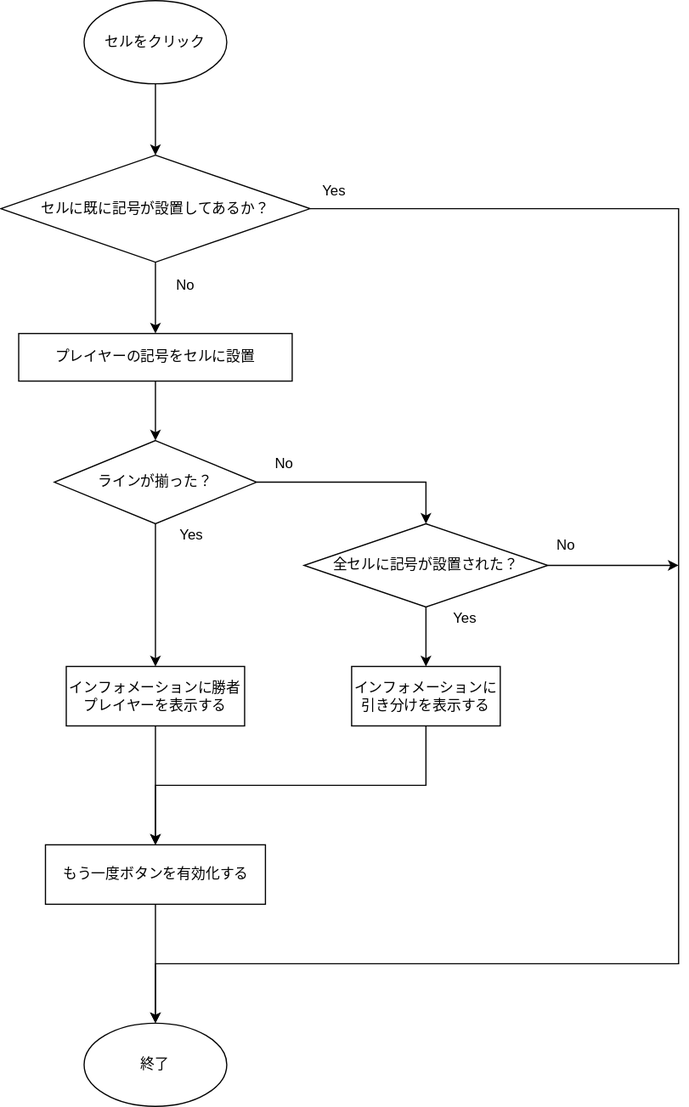
hachimitu22/ticTacToe keeps this draw.io diagram as design/flowchart_clickCell.drawio.svg. Above is the earlier version. Source tidied: cells renumbered, new cells last; positions are measured from the earlier drawing's top-left corner, leaving out a move shared by most shapes. The source it was exported from:
```xml
<mxGraphModel>
  <root>
    <mxCell id="0" />
    <mxCell id="1" parent="0" />
    <mxCell id="2" style="edgeStyle=orthogonalEdgeStyle;rounded=0;jettySize=auto;html=1;exitX=0.5;exitY=1;exitDx=0;exitDy=0;entryX=0.5;entryY=0;entryDx=0;entryDy=0;" parent="1" edge="1" source="3" target="16">
      <mxGeometry relative="1" as="geometry" />
    </mxCell>
    <mxCell id="3" value="プレイヤーの記号をセルに設置" style="rounded=0;whiteSpace=wrap;html=1;" parent="1" vertex="1">
      <mxGeometry x="15" y="280" width="230" height="40" as="geometry" />
    </mxCell>
    <mxCell id="4" style="edgeStyle=orthogonalEdgeStyle;rounded=0;jettySize=auto;html=1;exitX=0.5;exitY=1;exitDx=0;exitDy=0;entryX=0.5;entryY=0;entryDx=0;entryDy=0;" parent="1" edge="1" source="6" target="3">
      <mxGeometry relative="1" as="geometry" />
    </mxCell>
    <mxCell id="5" style="edgeStyle=orthogonalEdgeStyle;rounded=0;jettySize=auto;html=1;exitX=1;exitY=0.5;exitDx=0;exitDy=0;entryX=0.5;entryY=0;entryDx=0;entryDy=0;" parent="1" edge="1" source="6" target="8">
      <mxGeometry relative="1" as="geometry">
        <Array as="points">
          <mxPoint x="570" y="175" />
          <mxPoint x="570" y="810" />
          <mxPoint x="130" y="810" />
        </Array>
      </mxGeometry>
    </mxCell>
    <mxCell id="6" value="セルに既に記号が設置してあるか？" style="rhombus;whiteSpace=wrap;html=1;" parent="1" vertex="1">
      <mxGeometry y="130" width="260" height="90" as="geometry" />
    </mxCell>
    <mxCell id="7" value="No" style="text;html=1;align=center;verticalAlign=middle;" parent="1" vertex="1">
      <mxGeometry x="140" y="230" width="30" height="20" as="geometry" />
    </mxCell>
    <mxCell id="8" value="終了" style="ellipse;whiteSpace=wrap;html=1;" parent="1" vertex="1">
      <mxGeometry x="70" y="860" width="120" height="70" as="geometry" />
    </mxCell>
    <mxCell id="9" style="edgeStyle=orthogonalEdgeStyle;rounded=0;jettySize=auto;html=1;exitX=0.5;exitY=1;exitDx=0;exitDy=0;" parent="1" edge="1" source="10" target="6">
      <mxGeometry relative="1" as="geometry" />
    </mxCell>
    <mxCell id="10" value="セルをクリック" style="ellipse;whiteSpace=wrap;html=1;" parent="1" vertex="1">
      <mxGeometry x="70" width="120" height="70" as="geometry" />
    </mxCell>
    <mxCell id="11" value="Yes" style="text;html=1;align=center;verticalAlign=middle;" parent="1" vertex="1">
      <mxGeometry x="260" y="150" width="40" height="20" as="geometry" />
    </mxCell>
    <mxCell id="12" style="edgeStyle=orthogonalEdgeStyle;rounded=0;jettySize=auto;html=1;exitX=0.5;exitY=1;exitDx=0;exitDy=0;entryX=0.5;entryY=0;entryDx=0;entryDy=0;" parent="1" edge="1" source="13" target="23">
      <mxGeometry relative="1" as="geometry" />
    </mxCell>
    <mxCell id="13" value="インフォメーションに引き分けを表示する" style="rounded=0;whiteSpace=wrap;html=1;" parent="1" vertex="1">
      <mxGeometry x="295" y="560" width="125" height="50" as="geometry" />
    </mxCell>
    <mxCell id="14" style="edgeStyle=orthogonalEdgeStyle;rounded=0;jettySize=auto;html=1;exitX=1;exitY=0.5;exitDx=0;exitDy=0;entryX=0.5;entryY=0;entryDx=0;entryDy=0;" parent="1" edge="1" source="16" target="19">
      <mxGeometry relative="1" as="geometry" />
    </mxCell>
    <mxCell id="15" style="edgeStyle=orthogonalEdgeStyle;rounded=0;jettySize=auto;html=1;exitX=0.5;exitY=1;exitDx=0;exitDy=0;entryX=0.5;entryY=0;entryDx=0;entryDy=0;" parent="1" edge="1" source="16" target="21">
      <mxGeometry relative="1" as="geometry" />
    </mxCell>
    <mxCell id="16" value="ラインが揃った？" style="rhombus;whiteSpace=wrap;html=1;" parent="1" vertex="1">
      <mxGeometry x="45" y="370" width="170" height="70" as="geometry" />
    </mxCell>
    <mxCell id="17" style="edgeStyle=orthogonalEdgeStyle;rounded=0;jettySize=auto;html=1;exitX=0.5;exitY=1;exitDx=0;exitDy=0;entryX=0.5;entryY=0;entryDx=0;entryDy=0;" parent="1" edge="1" source="19" target="13">
      <mxGeometry relative="1" as="geometry" />
    </mxCell>
    <mxCell id="18" style="edgeStyle=orthogonalEdgeStyle;rounded=0;jettySize=auto;html=1;exitX=1;exitY=0.5;exitDx=0;exitDy=0;" parent="1" edge="1" source="19">
      <mxGeometry relative="1" as="geometry">
        <mxPoint x="570" y="475" as="targetPoint" />
      </mxGeometry>
    </mxCell>
    <mxCell id="19" value="全セルに記号が設置された？" style="rhombus;whiteSpace=wrap;html=1;" parent="1" vertex="1">
      <mxGeometry x="255" y="440" width="205" height="70" as="geometry" />
    </mxCell>
    <mxCell id="20" style="edgeStyle=orthogonalEdgeStyle;rounded=0;jettySize=auto;html=1;exitX=0.5;exitY=1;exitDx=0;exitDy=0;entryX=0.5;entryY=0;entryDx=0;entryDy=0;" parent="1" edge="1" source="21" target="23">
      <mxGeometry relative="1" as="geometry" />
    </mxCell>
    <mxCell id="21" value="インフォメーションに勝者プレイヤーを表示する" style="rounded=0;whiteSpace=wrap;html=1;" parent="1" vertex="1">
      <mxGeometry x="55" y="560" width="150" height="50" as="geometry" />
    </mxCell>
    <mxCell id="22" style="edgeStyle=orthogonalEdgeStyle;rounded=0;jettySize=auto;html=1;exitX=0.5;exitY=1;exitDx=0;exitDy=0;entryX=0.5;entryY=0;entryDx=0;entryDy=0;" parent="1" edge="1" source="23" target="8">
      <mxGeometry relative="1" as="geometry" />
    </mxCell>
    <mxCell id="23" value="もう一度ボタンを有効化する" style="rounded=0;whiteSpace=wrap;html=1;" parent="1" vertex="1">
      <mxGeometry x="37.5" y="710" width="185" height="50" as="geometry" />
    </mxCell>
    <mxCell id="24" value="Yes" style="text;html=1;align=center;verticalAlign=middle;" parent="1" vertex="1">
      <mxGeometry x="140" y="440" width="40" height="20" as="geometry" />
    </mxCell>
    <mxCell id="25" value="No" style="text;html=1;align=center;verticalAlign=middle;" parent="1" vertex="1">
      <mxGeometry x="222.5" y="380" width="30" height="20" as="geometry" />
    </mxCell>
    <mxCell id="26" value="Yes" style="text;html=1;align=center;verticalAlign=middle;" parent="1" vertex="1">
      <mxGeometry x="370" y="510" width="40" height="20" as="geometry" />
    </mxCell>
    <mxCell id="27" value="No" style="text;html=1;align=center;verticalAlign=middle;" parent="1" vertex="1">
      <mxGeometry x="460" y="448" width="30" height="20" as="geometry" />
    </mxCell>
  </root>
</mxGraphModel>
```
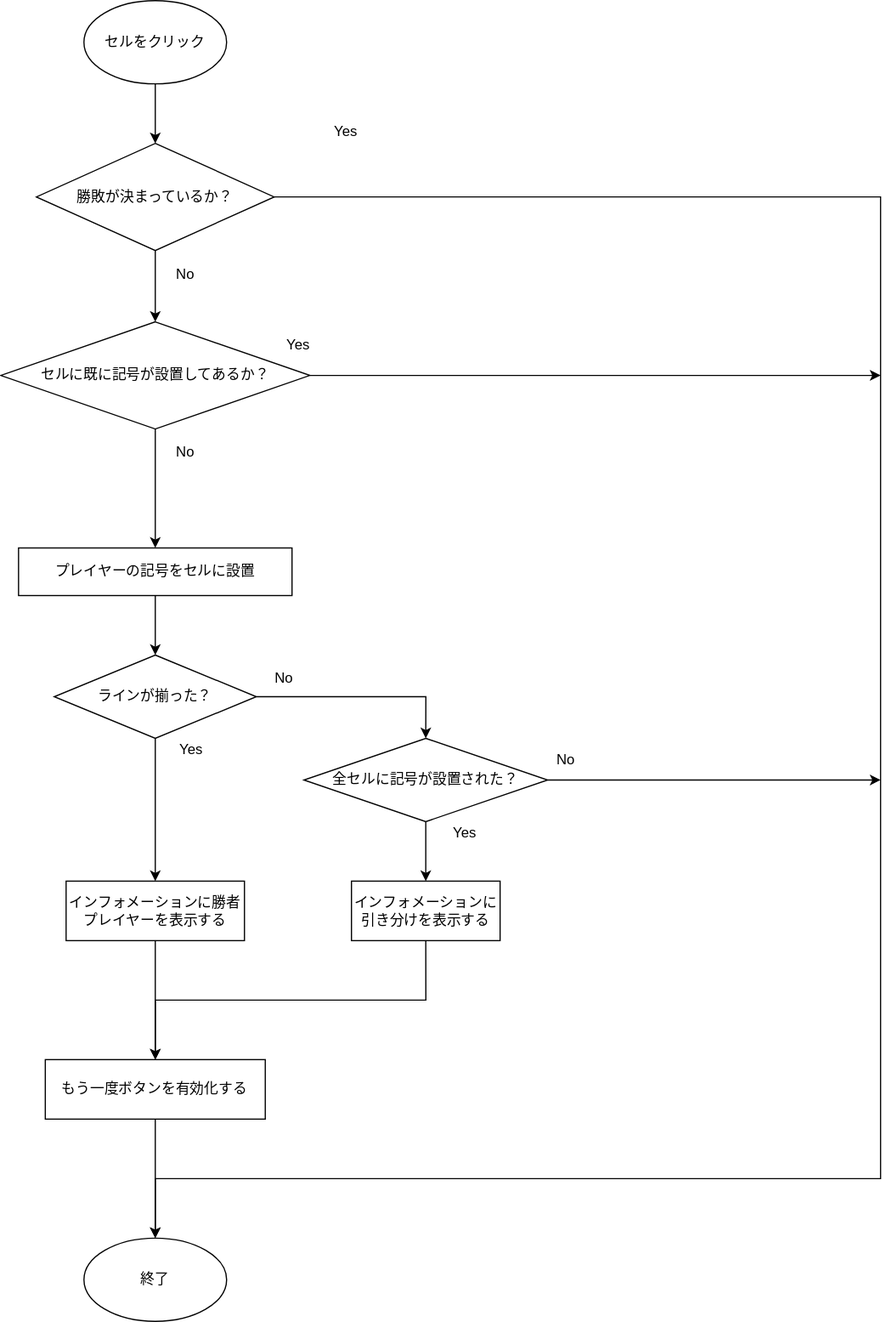
The same diagram one commit later.

The edit, as a diff of the source:
```diff
@@ -8,35 +8,35 @@
     <mxCell id="3" value="プレイヤーの記号をセルに設置" style="rounded=0;whiteSpace=wrap;html=1;" parent="1" vertex="1">
       <mxGeometry x="15" y="280" width="230" height="40" as="geometry" />
     </mxCell>
-    <mxCell id="4" style="edgeStyle=orthogonalEdgeStyle;rounded=0;jettySize=auto;html=1;exitX=0.5;exitY=1;exitDx=0;exitDy=0;entryX=0.5;entryY=0;entryDx=0;entryDy=0;" parent="1" edge="1" source="6" target="3">
+    <mxCell id="4" style="edgeStyle=orthogonalEdgeStyle;rounded=0;jettySize=auto;html=1;entryX=0.5;entryY=0;entryDx=0;entryDy=0;exitX=0.5;exitY=1;exitDx=0;exitDy=0;" parent="1" edge="1" source="6" target="3">
       <mxGeometry relative="1" as="geometry" />
     </mxCell>
-    <mxCell id="5" style="edgeStyle=orthogonalEdgeStyle;rounded=0;jettySize=auto;html=1;exitX=1;exitY=0.5;exitDx=0;exitDy=0;entryX=0.5;entryY=0;entryDx=0;entryDy=0;" parent="1" edge="1" source="6" target="8">
+    <mxCell id="5" style="edgeStyle=orthogonalEdgeStyle;rounded=0;jettySize=auto;html=1;exitX=1;exitY=0.5;exitDx=0;exitDy=0;entryX=0.5;entryY=0;entryDx=0;entryDy=0;" parent="1" edge="1" source="32" target="8">
       <mxGeometry relative="1" as="geometry">
         <Array as="points">
-          <mxPoint x="570" y="175" />
-          <mxPoint x="570" y="810" />
+          <mxPoint x="740" y="-15" />
+          <mxPoint x="740" y="810" />
           <mxPoint x="130" y="810" />
         </Array>
       </mxGeometry>
     </mxCell>
-    <mxCell id="6" value="セルに既に記号が設置してあるか？" style="rhombus;whiteSpace=wrap;html=1;" parent="1" vertex="1">
-      <mxGeometry y="130" width="260" height="90" as="geometry" />
-    </mxCell>
+    <mxCell id="28" style="edgeStyle=orthogonalEdgeStyle;rounded=0;jettySize=auto;html=1;exitX=0.5;exitY=1;exitDx=0;exitDy=0;entryX=0.5;entryY=0;entryDx=0;entryDy=0;" parent="1" edge="1" source="32" target="6">
+      <mxGeometry relative="1" as="geometry" />
+    </mxCell>
     <mxCell id="7" value="No" style="text;html=1;align=center;verticalAlign=middle;" parent="1" vertex="1">
-      <mxGeometry x="140" y="230" width="30" height="20" as="geometry" />
+      <mxGeometry x="140" y="190" width="30" height="20" as="geometry" />
     </mxCell>
     <mxCell id="8" value="終了" style="ellipse;whiteSpace=wrap;html=1;" parent="1" vertex="1">
       <mxGeometry x="70" y="860" width="120" height="70" as="geometry" />
     </mxCell>
-    <mxCell id="9" style="edgeStyle=orthogonalEdgeStyle;rounded=0;jettySize=auto;html=1;exitX=0.5;exitY=1;exitDx=0;exitDy=0;" parent="1" edge="1" source="10" target="6">
+    <mxCell id="9" style="edgeStyle=orthogonalEdgeStyle;rounded=0;jettySize=auto;html=1;exitX=0.5;exitY=1;exitDx=0;exitDy=0;entryX=0.5;entryY=0;entryDx=0;entryDy=0;" parent="1" edge="1" source="10" target="32">
       <mxGeometry relative="1" as="geometry" />
     </mxCell>
     <mxCell id="10" value="セルをクリック" style="ellipse;whiteSpace=wrap;html=1;" parent="1" vertex="1">
-      <mxGeometry x="70" width="120" height="70" as="geometry" />
+      <mxGeometry x="70" y="-180" width="120" height="70" as="geometry" />
     </mxCell>
     <mxCell id="11" value="Yes" style="text;html=1;align=center;verticalAlign=middle;" parent="1" vertex="1">
-      <mxGeometry x="260" y="150" width="40" height="20" as="geometry" />
+      <mxGeometry x="270" y="-80" width="40" height="20" as="geometry" />
     </mxCell>
     <mxCell id="12" style="edgeStyle=orthogonalEdgeStyle;rounded=0;jettySize=auto;html=1;exitX=0.5;exitY=1;exitDx=0;exitDy=0;entryX=0.5;entryY=0;entryDx=0;entryDy=0;" parent="1" edge="1" source="13" target="23">
       <mxGeometry relative="1" as="geometry" />
@@ -58,7 +58,7 @@
     </mxCell>
     <mxCell id="18" style="edgeStyle=orthogonalEdgeStyle;rounded=0;jettySize=auto;html=1;exitX=1;exitY=0.5;exitDx=0;exitDy=0;" parent="1" edge="1" source="19">
       <mxGeometry relative="1" as="geometry">
-        <mxPoint x="570" y="475" as="targetPoint" />
+        <mxPoint x="740" y="475" as="targetPoint" />
       </mxGeometry>
     </mxCell>
     <mxCell id="19" value="全セルに記号が設置された？" style="rhombus;whiteSpace=wrap;html=1;" parent="1" vertex="1">
@@ -88,5 +88,25 @@
     <mxCell id="27" value="No" style="text;html=1;align=center;verticalAlign=middle;" parent="1" vertex="1">
       <mxGeometry x="460" y="448" width="30" height="20" as="geometry" />
     </mxCell>
+    <mxCell id="29" style="edgeStyle=orthogonalEdgeStyle;rounded=0;jettySize=auto;html=1;exitX=1;exitY=0.5;exitDx=0;exitDy=0;" parent="1" edge="1" source="6">
+      <mxGeometry relative="1" as="geometry">
+        <mxPoint x="740" y="135" as="targetPoint" />
+        <Array as="points">
+          <mxPoint x="700" y="135" />
+        </Array>
+      </mxGeometry>
+    </mxCell>
+    <mxCell id="30" value="No" style="text;html=1;align=center;verticalAlign=middle;" parent="1" vertex="1">
+      <mxGeometry x="140" y="40" width="30" height="20" as="geometry" />
+    </mxCell>
+    <mxCell id="31" value="Yes" style="text;html=1;align=center;verticalAlign=middle;" parent="1" vertex="1">
+      <mxGeometry x="230" y="100" width="40" height="20" as="geometry" />
+    </mxCell>
+    <mxCell id="32" value="勝敗が決まっているか？" style="rhombus;whiteSpace=wrap;html=1;" parent="1" vertex="1">
+      <mxGeometry x="30" y="-60" width="200" height="90" as="geometry" />
+    </mxCell>
+    <mxCell id="6" value="セルに既に記号が設置してあるか？" style="rhombus;whiteSpace=wrap;html=1;" parent="1" vertex="1">
+      <mxGeometry y="90" width="260" height="90" as="geometry" />
+    </mxCell>
   </root>
 </mxGraphModel>
```
